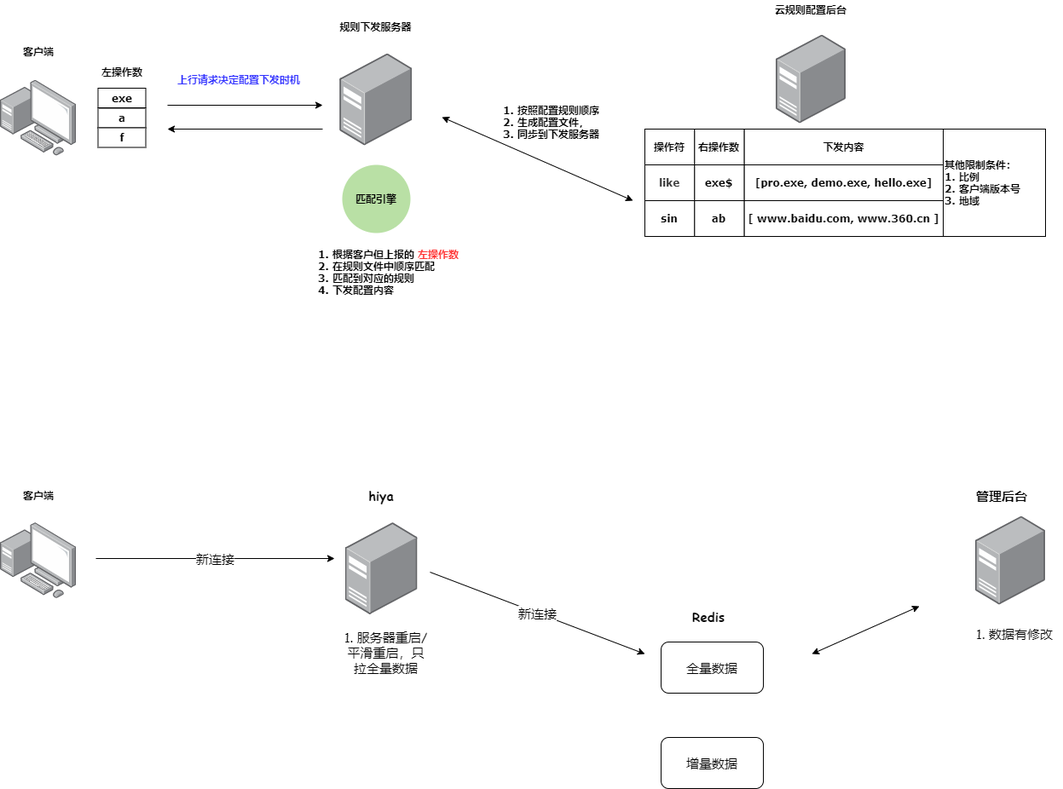
This is net/Untitled Diagram.png from aizsfgk/cdn, a draw.io export, as it was before one commit. Source tidied: cells renumbered, new cells last; positions are measured from the earlier drawing's top-left corner, leaving out a move shared by most shapes.
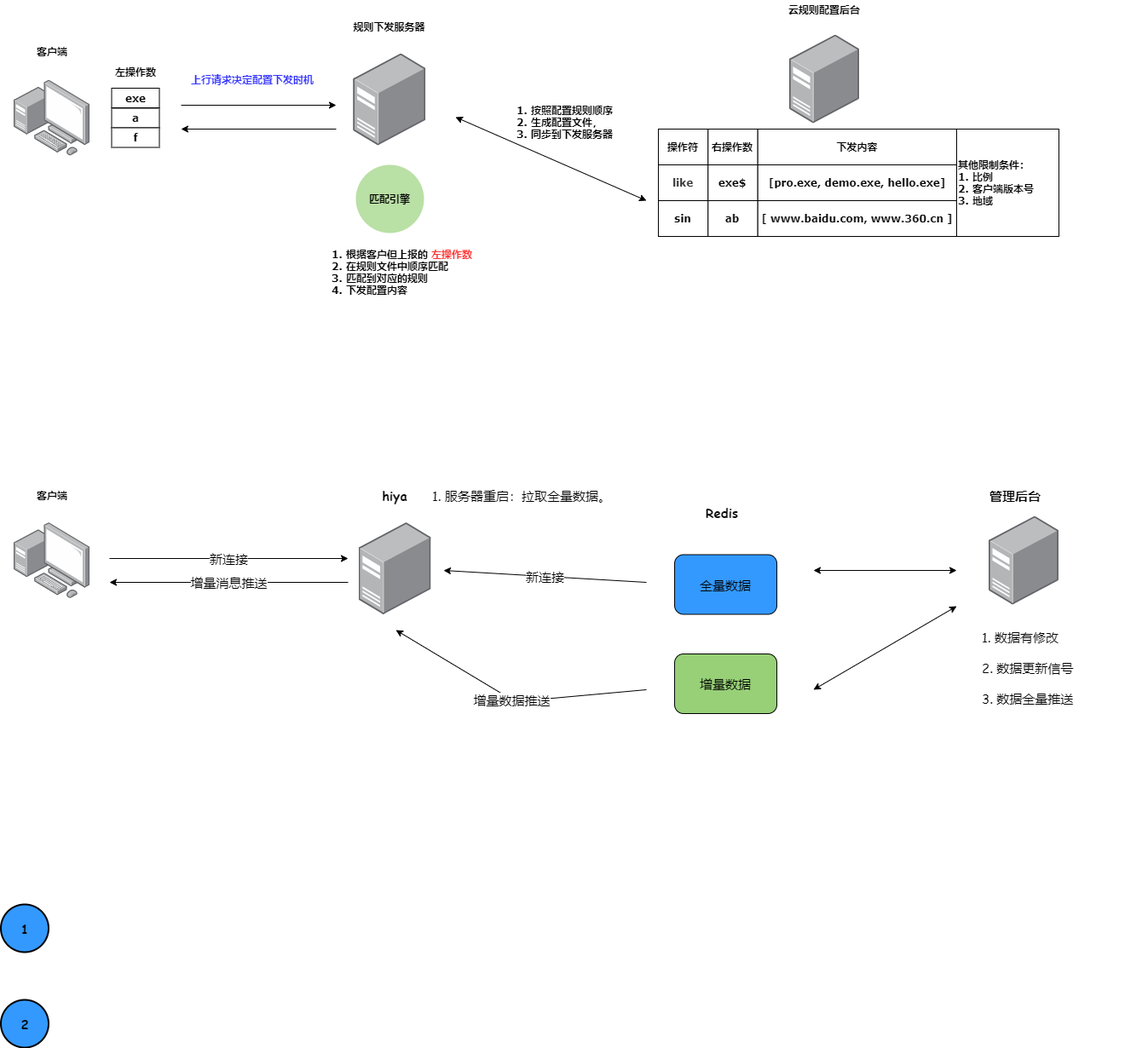
The same file after the commit.

Change to the diagram source:
```diff
@@ -116,11 +116,11 @@
     <mxCell id="36" value="hiya" style="text;html=1;strokeColor=none;fillColor=none;align=center;verticalAlign=middle;whiteSpace=wrap;rounded=0;labelBackgroundColor=none;fontFamily=Comic Sans MS;fontSize=15;fontStyle=1;" parent="1" vertex="1">
       <mxGeometry x="427" y="570" width="40" height="20" as="geometry" />
     </mxCell>
-    <mxCell id="37" value="全量数据" style="rounded=1;whiteSpace=wrap;html=1;labelBackgroundColor=none;fontFamily=Comic Sans MS;fontSize=15;" parent="1" vertex="1">
-      <mxGeometry x="775" y="752" width="120" height="60" as="geometry" />
+    <mxCell id="37" value="全量数据" style="rounded=1;whiteSpace=wrap;html=1;labelBackgroundColor=none;fontFamily=Comic Sans MS;fontSize=15;fillColor=#3399FF;" parent="1" vertex="1">
+      <mxGeometry x="775" y="649.5" width="120" height="70" as="geometry" />
     </mxCell>
-    <mxCell id="38" value="增量数据" style="rounded=1;whiteSpace=wrap;html=1;labelBackgroundColor=none;fontFamily=Comic Sans MS;fontSize=15;" parent="1" vertex="1">
-      <mxGeometry x="775" y="864" width="120" height="60" as="geometry" />
+    <mxCell id="38" value="增量数据" style="rounded=1;whiteSpace=wrap;html=1;labelBackgroundColor=none;fontFamily=Comic Sans MS;fontSize=15;fillColor=#97D077;" parent="1" vertex="1">
+      <mxGeometry x="775" y="766" width="120" height="70" as="geometry" />
     </mxCell>
     <mxCell id="39" value="新连接" style="endArrow=classic;html=1;fontFamily=Comic Sans MS;fontSize=15;" parent="1" edge="1">
       <mxGeometry relative="1" as="geometry">
@@ -130,8 +130,8 @@
     </mxCell>
     <mxCell id="40" value="新连接" style="endArrow=classic;html=1;fontFamily=Comic Sans MS;fontSize=15;" parent="1" edge="1">
       <mxGeometry relative="1" as="geometry">
-        <mxPoint x="504" y="670" as="sourcePoint" />
-        <mxPoint x="756" y="766" as="targetPoint" />
+        <mxPoint x="742" y="682" as="sourcePoint" />
+        <mxPoint x="504" y="668" as="targetPoint" />
       </mxGeometry>
     </mxCell>
     <mxCell id="41" style="html=1;align=center;shadow=0;dashed=0;image;image=img/lib/allied_telesis/computer_and_terminals/Server_Desktop.svg;fontFamily=Verdana;fontStyle=1;" parent="1" vertex="1">
@@ -142,18 +142,45 @@
     </mxCell>
     <mxCell id="43" style="endArrow=classic;startArrow=classic;html=1;fontFamily=Comic Sans MS;fontSize=15;" parent="1" edge="1">
       <mxGeometry relative="1" as="geometry">
-        <mxPoint x="952" y="766" as="sourcePoint" />
-        <mxPoint x="1078" y="710" as="targetPoint" />
+        <mxPoint x="938" y="668" as="sourcePoint" />
+        <mxPoint x="1106" y="668" as="targetPoint" />
       </mxGeometry>
     </mxCell>
-    <mxCell id="44" value="1. 数据有修改" style="text;html=1;strokeColor=none;fillColor=none;align=center;verticalAlign=middle;whiteSpace=wrap;rounded=0;labelBackgroundColor=none;fontFamily=Comic Sans MS;fontSize=15;" parent="1" vertex="1">
-      <mxGeometry x="1134" y="732" width="112" height="20" as="geometry" />
+    <mxCell id="44" value="1. 数据有修改&lt;br&gt;&lt;br&gt;2. 数据更新信号&lt;br&gt;&lt;br&gt;3. 数据全量推送" style="text;html=1;strokeColor=none;fillColor=none;align=left;verticalAlign=middle;whiteSpace=wrap;rounded=0;labelBackgroundColor=none;fontFamily=Comic Sans MS;fontSize=15;" parent="1" vertex="1">
+      <mxGeometry x="1134" y="728" width="196" height="108" as="geometry" />
     </mxCell>
-    <mxCell id="45" value="1. 服务器重启/平滑重启，只拉全量数据" style="text;html=1;strokeColor=none;fillColor=none;align=center;verticalAlign=middle;whiteSpace=wrap;rounded=0;labelBackgroundColor=none;fontFamily=Comic Sans MS;fontSize=15;" parent="1" vertex="1">
-      <mxGeometry x="401" y="732" width="103" height="64" as="geometry" />
+    <mxCell id="45" value="1. 服务器重启：拉取全量数据。&lt;br&gt;" style="text;html=1;strokeColor=none;fillColor=none;align=left;verticalAlign=middle;whiteSpace=wrap;rounded=0;labelBackgroundColor=none;fontFamily=Comic Sans MS;fontSize=15;" parent="1" vertex="1">
+      <mxGeometry x="489.4" y="561" width="215" height="38" as="geometry" />
     </mxCell>
     <mxCell id="46" value="Redis" style="text;html=1;strokeColor=none;fillColor=none;align=center;verticalAlign=middle;whiteSpace=wrap;rounded=0;labelBackgroundColor=none;fontFamily=Comic Sans MS;fontSize=15;fontStyle=1;" parent="1" vertex="1">
-      <mxGeometry x="798" y="712" width="66" height="20" as="geometry" />
+      <mxGeometry x="798" y="590" width="66" height="20" as="geometry" />
     </mxCell>
+    <mxCell id="47" value="1" style="ellipse;whiteSpace=wrap;html=1;labelBackgroundColor=none;fontFamily=Comic Sans MS;fontSize=15;fillColor=#3399FF;align=center;fontStyle=1;strokeWidth=2;" parent="1" vertex="1">
+      <mxGeometry x="-15.5" y="1060" width="56" height="56" as="geometry" />
+    </mxCell>
+    <mxCell id="48" value="2" style="ellipse;whiteSpace=wrap;html=1;labelBackgroundColor=none;fontFamily=Comic Sans MS;fontSize=15;fillColor=#3399FF;align=center;fontStyle=1;strokeWidth=2;" parent="1" vertex="1">
+      <mxGeometry x="-15.5" y="1172" width="56" height="56" as="geometry" />
+    </mxCell>
+    <mxCell id="49" style="endArrow=classic;startArrow=classic;html=1;fontFamily=Comic Sans MS;fontSize=15;" parent="1" edge="1">
+      <mxGeometry relative="1" as="geometry">
+        <mxPoint x="938" y="808" as="sourcePoint" />
+        <mxPoint x="1106" y="710" as="targetPoint" />
+      </mxGeometry>
+    </mxCell>
+    <mxCell id="50" value="增量数据推送" style="endArrow=classic;html=1;fontFamily=Comic Sans MS;fontSize=15;" parent="1" edge="1">
+      <mxGeometry relative="1" as="geometry">
+        <mxPoint x="742" y="808" as="sourcePoint" />
+        <mxPoint x="448" y="738" as="targetPoint" />
+        <Array as="points">
+          <mxPoint x="588" y="822" />
+        </Array>
+      </mxGeometry>
+    </mxCell>
+    <mxCell id="51" value="增量消息推送" style="endArrow=classic;html=1;fontFamily=Comic Sans MS;fontSize=15;" parent="1" edge="1">
+      <mxGeometry relative="1" as="geometry">
+        <mxPoint x="392" y="682" as="sourcePoint" />
+        <mxPoint x="112" y="682" as="targetPoint" />
+      </mxGeometry>
+    </mxCell>
   </root>
 </mxGraphModel>
```
